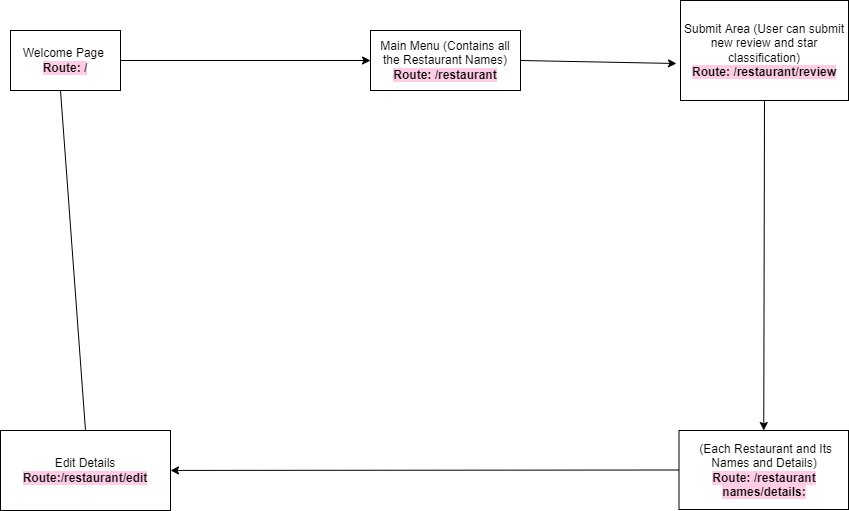
Before: Rest-Rant Wireframe.drawio.png, a diagram exported from draw.io (Phalguni221/REST-rant). Source tidied: cells renumbered, new cells last; positions are measured from the earlier drawing's top-left corner, leaving out a move shared by most shapes.
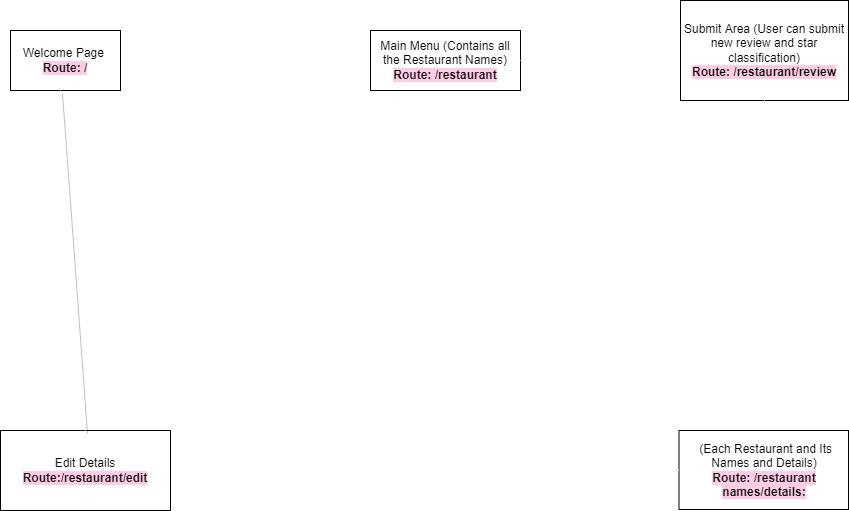
After the change.

What changed in the source:
```diff
@@ -11,19 +11,19 @@
     <mxCell id="4" value="Submit Area (User can submit new review and star classification)&lt;br&gt;&lt;b style=&quot;background-color: rgb(255 , 204 , 230)&quot;&gt;Route: /restaurant/review&lt;/b&gt;" style="rounded=0;whiteSpace=wrap;html=1;" parent="1" vertex="1">
       <mxGeometry x="680" width="168" height="100" as="geometry" />
     </mxCell>
-    <mxCell id="5" style="endArrow=classic;html=1;rounded=0;exitX=0;exitY=0.5;exitDx=0;exitDy=0;" parent="1" edge="1" source="3" target="6">
+    <mxCell id="5" style="endArrow=classic;html=1;rounded=0;exitX=0;exitY=0.5;exitDx=0;exitDy=0;strokeColor=#FFFFFF;" parent="1" edge="1" source="3" target="6">
       <mxGeometry relative="1" as="geometry" />
     </mxCell>
     <mxCell id="6" value="Edit Details&lt;br&gt;&lt;b style=&quot;background-color: rgb(255 , 204 , 230)&quot;&gt;Route:/restaurant/edit&lt;/b&gt;" style="rounded=0;whiteSpace=wrap;html=1;" parent="1" vertex="1">
       <mxGeometry y="430" width="170" height="80" as="geometry" />
     </mxCell>
-    <mxCell id="7" style="endArrow=classic;html=1;rounded=0;exitX=0.5;exitY=1;exitDx=0;exitDy=0;entryX=0.5;entryY=0;entryDx=0;entryDy=0;" parent="1" edge="1" source="4" target="3">
+    <mxCell id="7" style="endArrow=classic;html=1;rounded=0;exitX=0.5;exitY=1;exitDx=0;exitDy=0;entryX=0.5;entryY=0;entryDx=0;entryDy=0;strokeColor=#FFFFFF;" parent="1" edge="1" source="4" target="3">
       <mxGeometry relative="1" as="geometry" />
     </mxCell>
-    <mxCell id="8" style="endArrow=classic;html=1;rounded=0;exitX=1;exitY=0.5;exitDx=0;exitDy=0;entryX=0;entryY=0.5;entryDx=0;entryDy=0;" parent="1" edge="1" source="11" target="2">
+    <mxCell id="8" style="endArrow=classic;html=1;rounded=0;exitX=1;exitY=0.5;exitDx=0;exitDy=0;entryX=0;entryY=0.5;entryDx=0;entryDy=0;strokeColor=#FFFFFF;" parent="1" edge="1" source="11" target="2">
       <mxGeometry relative="1" as="geometry" />
     </mxCell>
-    <mxCell id="9" style="endArrow=classic;html=1;rounded=0;exitX=1;exitY=0.5;exitDx=0;exitDy=0;entryX=-0.024;entryY=0.63;entryDx=0;entryDy=0;entryPerimeter=0;" parent="1" edge="1" source="2" target="4">
+    <mxCell id="9" style="endArrow=classic;html=1;rounded=0;exitX=1;exitY=0.5;exitDx=0;exitDy=0;entryX=-0.024;entryY=0.63;entryDx=0;entryDy=0;entryPerimeter=0;strokeColor=#FFFFFF;" parent="1" edge="1" source="2" target="4">
       <mxGeometry relative="1" as="geometry" />
     </mxCell>
     <mxCell id="10" style="endArrow=classic;html=1;rounded=0;exitX=0.5;exitY=0;exitDx=0;exitDy=0;startArrow=none;" parent="1" edge="1" source="11">
@@ -34,7 +34,7 @@
     <mxCell id="11" value="Welcome Page&amp;nbsp;&lt;br&gt;&lt;b style=&quot;background-color: rgb(255 , 204 , 230)&quot;&gt;Route: /&lt;/b&gt;" style="rounded=0;whiteSpace=wrap;html=1;" parent="1" vertex="1">
       <mxGeometry x="10" y="30" width="110" height="60" as="geometry" />
     </mxCell>
-    <mxCell id="12" style="endArrow=none;html=1;rounded=0;exitX=0.5;exitY=0;exitDx=0;exitDy=0;" parent="1" edge="1" source="6">
+    <mxCell id="12" style="endArrow=none;html=1;rounded=0;exitX=0.5;exitY=0;exitDx=0;exitDy=0;shadow=1;strokeColor=#FFFFFF;" parent="1" edge="1" source="6">
       <mxGeometry relative="1" as="geometry">
         <mxPoint x="60" y="90" as="targetPoint" />
       </mxGeometry>
```
